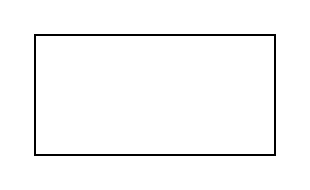
This is Untitled Diagram.drawio from duncanhiggins/examples-javascript-blockly, a draw.io file, before an edit. Source tidied: cells renumbered, new cells numbered last; positions are measured from the earlier drawing's top-left corner, leaving out a move shared by most shapes. Both pictures are drawn from the tidied source at 200%, with x=0, y=0 at pixel (34, 34).
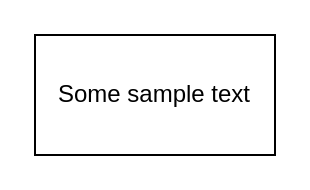
Above is the later version.

The edit, as a diff of the source:
```diff
@@
 <mxGraphModel>
   <root>
     <mxCell id="0" />
     <mxCell id="1" parent="0" />
-    <mxCell id="2" style="rounded=0;whiteSpace=wrap;html=1;" parent="1" vertex="1">
+    <mxCell id="2" value="Some sample text" style="rounded=0;whiteSpace=wrap;html=1;" parent="1" vertex="1">
       <mxGeometry width="120" height="60" as="geometry" />
     </mxCell>
   </root>
 </mxGraphModel>
```
